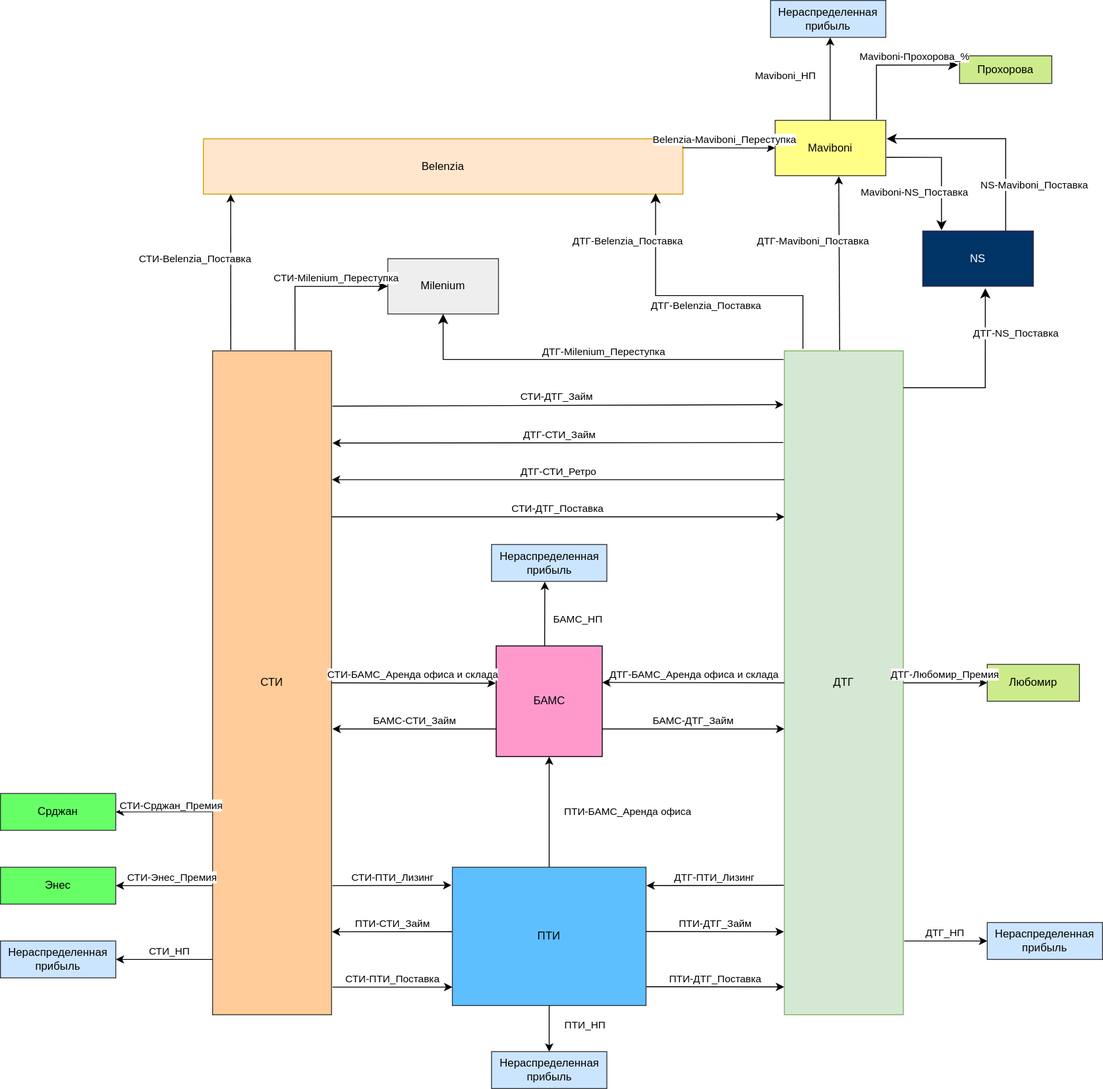
The draw.io diagram public/images/schemas/interactions.svg in vsk-Result/sti-oms, before a commit. Source tidied: cells renumbered, new cells last; positions are measured from the earlier drawing's top-left corner, leaving out a move shared by most shapes.
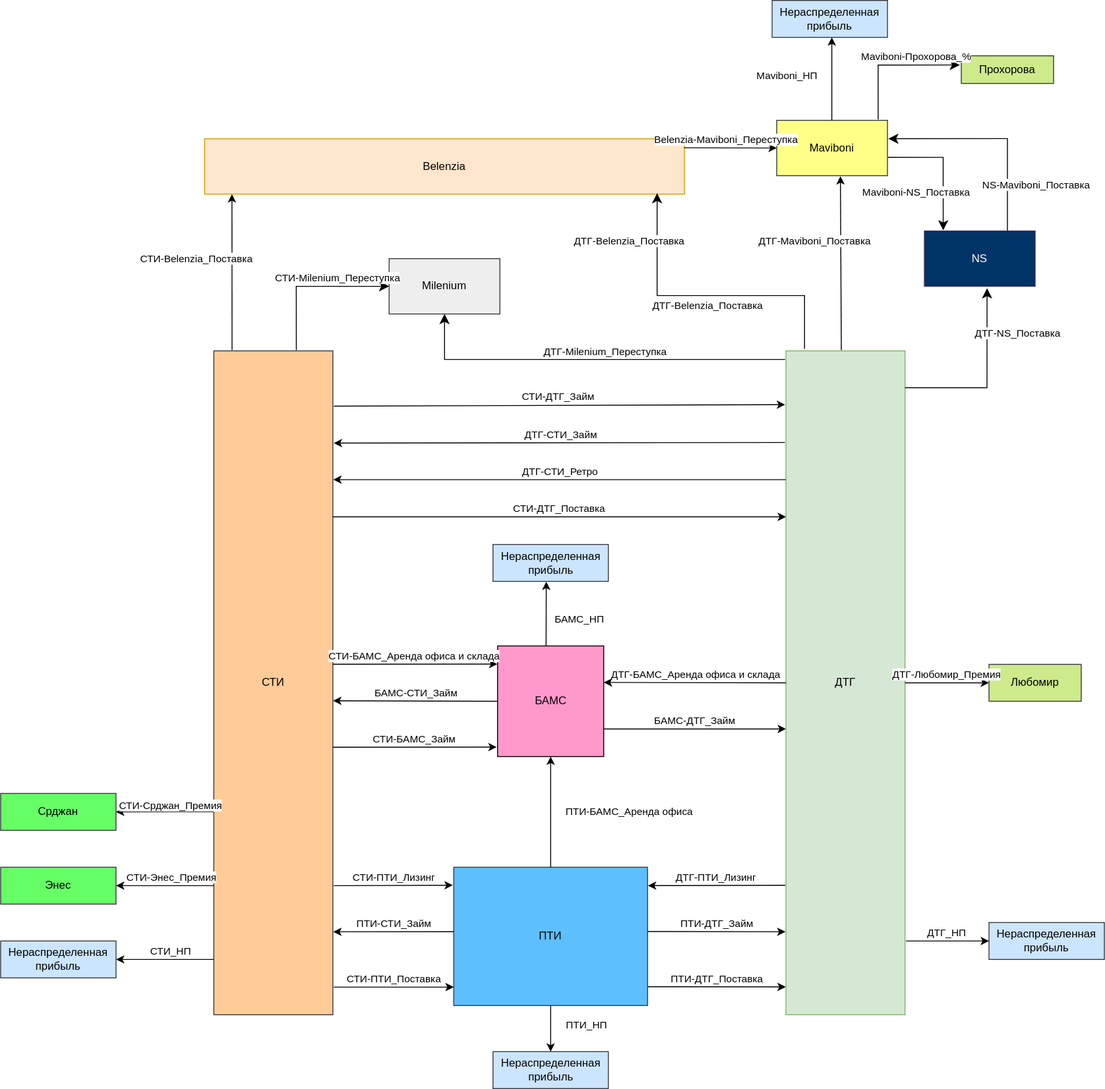
Later version of the same file.

The edit, as a diff of the source:
```diff
@@ -65,7 +65,7 @@
       <mxGeometry relative="1" as="geometry" />
     </mxCell>
     <mxCell id="19" value="Нераспределенная прибыль" style="rounded=0;whiteSpace=wrap;html=1;fillColor=#cce5ff;strokeColor=#36393d;" parent="1" vertex="1">
-      <mxGeometry y="1020" width="125" height="40" as="geometry" />
+      <mxGeometry x="-1" y="1020" width="125" height="40" as="geometry" />
     </mxCell>
     <mxCell id="20" style="endArrow=classic;html=1;rounded=0;entryX=1;entryY=0.5;entryDx=0;entryDy=0;" parent="1" edge="1" target="19">
       <mxGeometry relative="1" as="geometry">
@@ -78,7 +78,7 @@
       </mxGeometry>
     </mxCell>
     <mxCell id="22" value="Энес" style="rounded=0;whiteSpace=wrap;html=1;fillColor=#66FF66;strokeColor=#36393d;" parent="1" vertex="1">
-      <mxGeometry y="940" width="125" height="40" as="geometry" />
+      <mxGeometry x="-1" y="940" width="125" height="40" as="geometry" />
     </mxCell>
     <mxCell id="23" style="endArrow=classic;html=1;rounded=0;entryX=1;entryY=0.5;entryDx=0;entryDy=0;" parent="1" edge="1" target="22">
       <mxGeometry relative="1" as="geometry">
@@ -91,7 +91,7 @@
       </mxGeometry>
     </mxCell>
     <mxCell id="25" value="Срджан" style="rounded=0;whiteSpace=wrap;html=1;fillColor=#66FF66;strokeColor=#36393d;" parent="1" vertex="1">
-      <mxGeometry y="860" width="125" height="40" as="geometry" />
+      <mxGeometry x="-1" y="860" width="125" height="40" as="geometry" />
     </mxCell>
     <mxCell id="26" style="endArrow=classic;html=1;rounded=0;entryX=1;entryY=0.5;entryDx=0;entryDy=0;exitX=-0.006;exitY=0.694;exitDx=0;exitDy=0;exitPerimeter=0;" parent="1" edge="1" source="15" target="25">
       <mxGeometry relative="1" as="geometry" />
@@ -117,12 +117,10 @@
         <mxPoint x="850" y="740" as="sourcePoint" />
       </mxGeometry>
     </mxCell>
-    <mxCell id="32" value="БАМС-СТИ_Займ" style="endArrow=classic;html=1;rounded=0;labelPosition=center;verticalLabelPosition=top;align=center;verticalAlign=bottom;exitX=0;exitY=0.75;exitDx=0;exitDy=0;" parent="1" edge="1" source="28">
-      <mxGeometry relative="1" as="geometry">
-        <mxPoint x="360" y="790" as="targetPoint" />
-      </mxGeometry>
+    <mxCell id="32" value="БАМС-СТИ_Займ" style="endArrow=classic;html=1;rounded=0;labelPosition=center;verticalLabelPosition=top;align=center;verticalAlign=bottom;exitX=0;exitY=0.5;exitDx=0;exitDy=0;entryX=1.002;entryY=0.527;entryDx=0;entryDy=0;entryPerimeter=0;" parent="1" edge="1" source="28" target="15">
+      <mxGeometry relative="1" as="geometry" />
     </mxCell>
-    <mxCell id="33" value="СТИ-БАМС_Аренда офиса и склада" style="endArrow=classic;html=1;rounded=0;labelPosition=center;verticalLabelPosition=top;align=center;verticalAlign=bottom;entryX=-0.005;entryY=0.337;entryDx=0;entryDy=0;entryPerimeter=0;exitX=1;exitY=0.5;exitDx=0;exitDy=0;" parent="1" edge="1" source="15" target="28">
+    <mxCell id="33" value="СТИ-БАМС_Аренда офиса и склада" style="endArrow=classic;html=1;rounded=0;labelPosition=center;verticalLabelPosition=top;align=center;verticalAlign=bottom;entryX=-0.003;entryY=0.164;entryDx=0;entryDy=0;entryPerimeter=0;exitX=1;exitY=0.472;exitDx=0;exitDy=0;exitPerimeter=0;" parent="1" edge="1" source="15" target="28">
       <mxGeometry relative="1" as="geometry" />
     </mxCell>
     <mxCell id="34" style="edgeStyle=orthogonalEdgeStyle;rounded=0;jettySize=auto;html=1;entryX=0.462;entryY=1.007;entryDx=0;entryDy=0;exitX=0.457;exitY=-0.002;exitDx=0;exitDy=0;exitPerimeter=0;entryPerimeter=0;" parent="1" edge="1" source="28" target="36">
@@ -269,5 +267,8 @@
         <mxPoint x="-31" y="-8" as="offset" />
       </mxGeometry>
     </mxCell>
+    <mxCell id="70" value="СТИ-БАМС_Займ" style="endArrow=classic;html=1;rounded=0;labelPosition=center;verticalLabelPosition=top;align=center;verticalAlign=bottom;exitX=1;exitY=0.597;exitDx=0;exitDy=0;entryX=-0.009;entryY=0.914;entryDx=0;entryDy=0;entryPerimeter=0;exitPerimeter=0;" parent="1" edge="1" source="15" target="28">
+      <mxGeometry relative="1" as="geometry" />
+    </mxCell>
   </root>
 </mxGraphModel>
```
